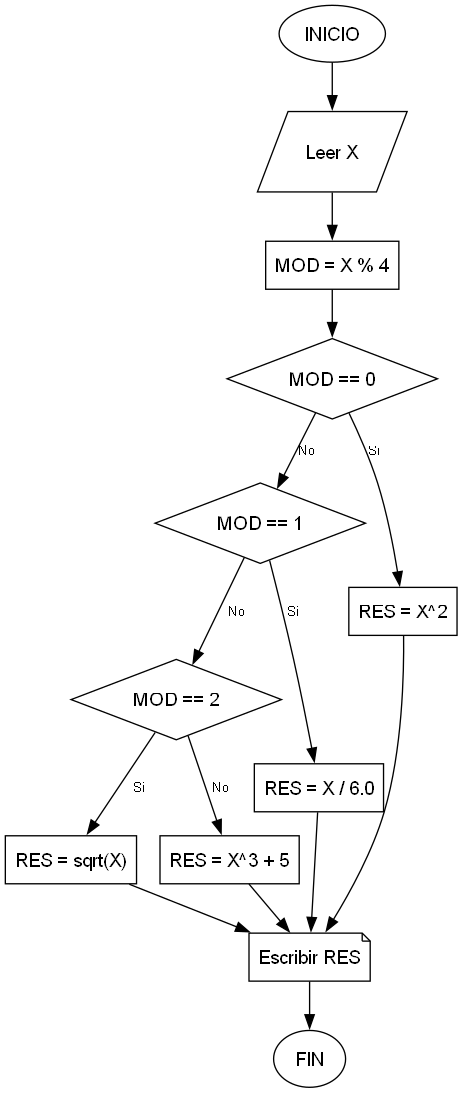
Above: Ejercicios/PS_2_14/Diagrama/PS_2_14.png in 23Leilany166/java-tutor-tics (Graphviz), before the change. Its source is kept beside it as Ejercicios/PS_2_14/Diagrama/PS_2_14.dot. Its diagram source:
```dot
digraph PS_2_14 {
    graph [bgcolor="transparent"];
    node [shape=rect, fontname="Arial", margin="0.1,0.1"];
    edge [fontname="Arial", fontsize=10];

    INICIO [shape=ellipse, label="INICIO"];
    LEER_X [shape=parallelogram, label="Leer X"];
    CALC_MOD [label="MOD = X % 4"];
    COND_0 [shape=diamond, label="MOD == 0"];
    COND_1 [shape=diamond, label="MOD == 1"];
    COND_2 [shape=diamond, label="MOD == 2"];
    PROC_0 [label="RES = X^2"];
    PROC_1 [label="RES = X / 6.0"];
    PROC_2 [label="RES = sqrt(X)"];
    PROC_3 [label="RES = X^3 + 5"];
    IMPRIMIR [shape=note, label="Escribir RES"];
    FIN [shape=ellipse, label="FIN"];

    INICIO -> LEER_X -> CALC_MOD -> COND_0;
    COND_0 -> PROC_0 [label="Si"];
    COND_0 -> COND_1 [label="No"];
    COND_1 -> PROC_1 [label="Si"];
    COND_1 -> COND_2 [label="No"];
    COND_2 -> PROC_2 [label="Si"];
    COND_2 -> PROC_3 [label="No"];
    PROC_0 -> IMPRIMIR;
    PROC_1 -> IMPRIMIR;
    PROC_2 -> IMPRIMIR;
    PROC_3 -> IMPRIMIR;
    IMPRIMIR -> FIN;
}
```
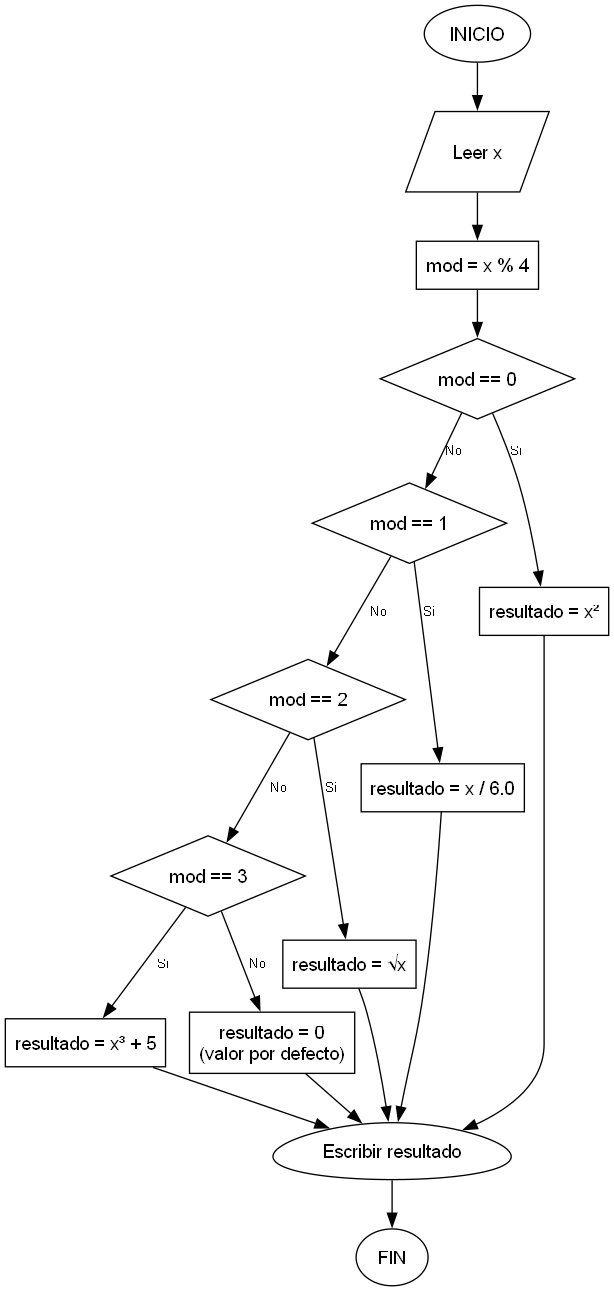
The same diagram one commit later.

Diff of the diagram source:
```diff
@@ -4,16 +4,18 @@
     edge [fontname="Arial", fontsize=10];
 
     INICIO [shape=ellipse, label="INICIO"];
-    LEER_X [shape=parallelogram, label="Leer X"];
-    CALC_MOD [label="MOD = X % 4"];
-    COND_0 [shape=diamond, label="MOD == 0"];
-    COND_1 [shape=diamond, label="MOD == 1"];
-    COND_2 [shape=diamond, label="MOD == 2"];
-    PROC_0 [label="RES = X^2"];
-    PROC_1 [label="RES = X / 6.0"];
-    PROC_2 [label="RES = sqrt(X)"];
-    PROC_3 [label="RES = X^3 + 5"];
-    IMPRIMIR [shape=note, label="Escribir RES"];
+    LEER_X [shape=parallelogram, label="Leer x"];
+    CALC_MOD [label="mod = x % 4"];
+    COND_0 [shape=diamond, label="mod == 0"];
+    COND_1 [shape=diamond, label="mod == 1"];
+    COND_2 [shape=diamond, label="mod == 2"];
+    COND_3 [shape=diamond, label="mod == 3"];
+    PROC_0 [label="resultado = x²"];
+    PROC_1 [label="resultado = x / 6.0"];
+    PROC_2 [label="resultado = √x"];
+    PROC_3 [label="resultado = x³ + 5"];
+    PROC_ELSE [label="resultado = 0\n(valor por defecto)"];
+    IMPRIMIR [shape=egg, label="Escribir resultado"];
     FIN [shape=ellipse, label="FIN"];
 
     INICIO -> LEER_X -> CALC_MOD -> COND_0;
@@ -22,10 +24,13 @@
     COND_1 -> PROC_1 [label="Si"];
     COND_1 -> COND_2 [label="No"];
     COND_2 -> PROC_2 [label="Si"];
-    COND_2 -> PROC_3 [label="No"];
+    COND_2 -> COND_3 [label="No"];
+    COND_3 -> PROC_3 [label="Si"];
+    COND_3 -> PROC_ELSE [label="No"];
     PROC_0 -> IMPRIMIR;
     PROC_1 -> IMPRIMIR;
     PROC_2 -> IMPRIMIR;
     PROC_3 -> IMPRIMIR;
+    PROC_ELSE -> IMPRIMIR;
     IMPRIMIR -> FIN;
 }
```
